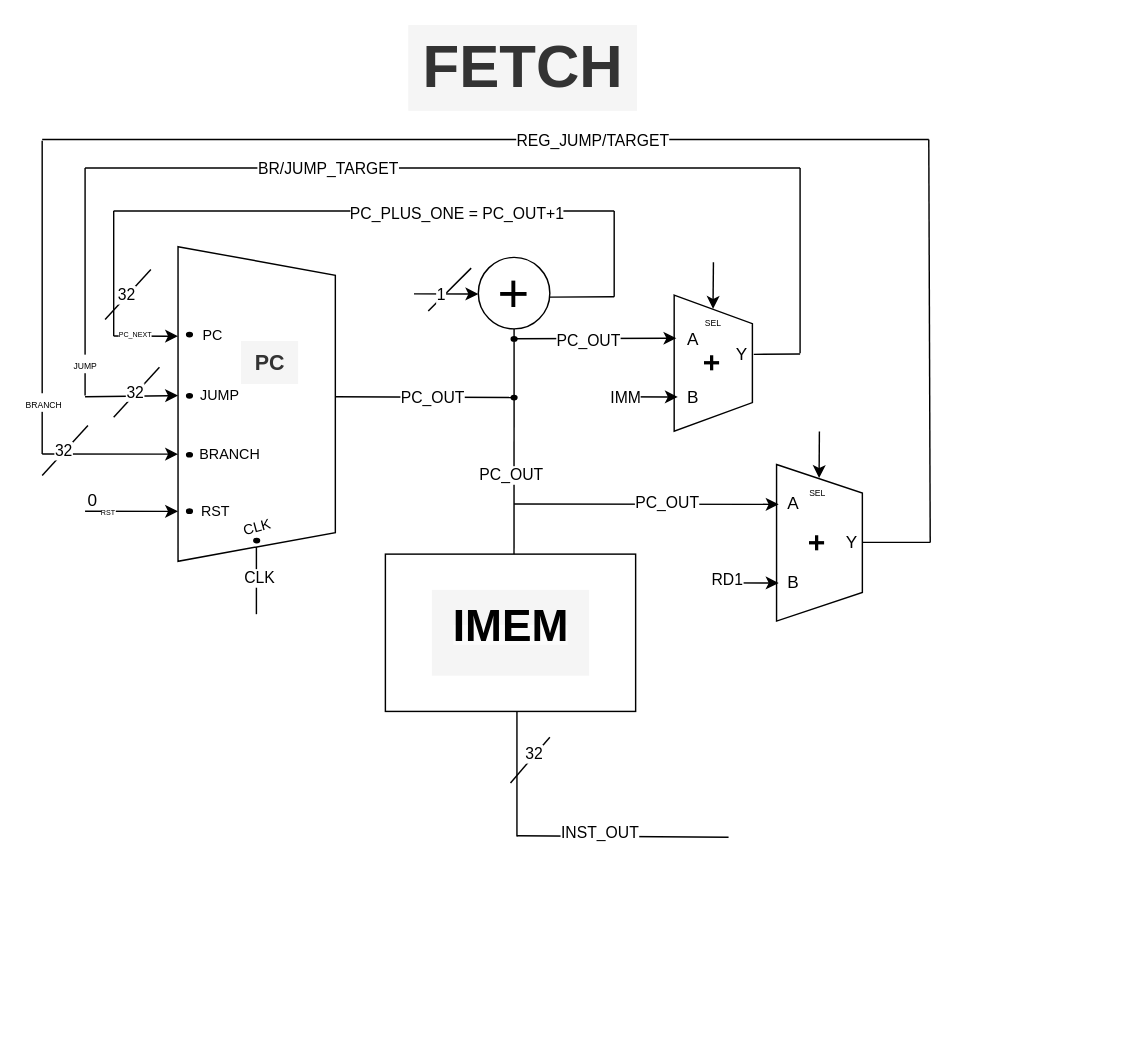
Before: Block_Diagram.drawio in HamraAbrar0/RV32I, a draw.io diagram. Source tidied: cells renumbered, new cells numbered last; positions are measured from the earlier drawing's top-left corner, leaving out a move shared by most shapes. Both pictures are drawn from the tidied source at 143%, with x=0, y=0 at pixel (41, 24).
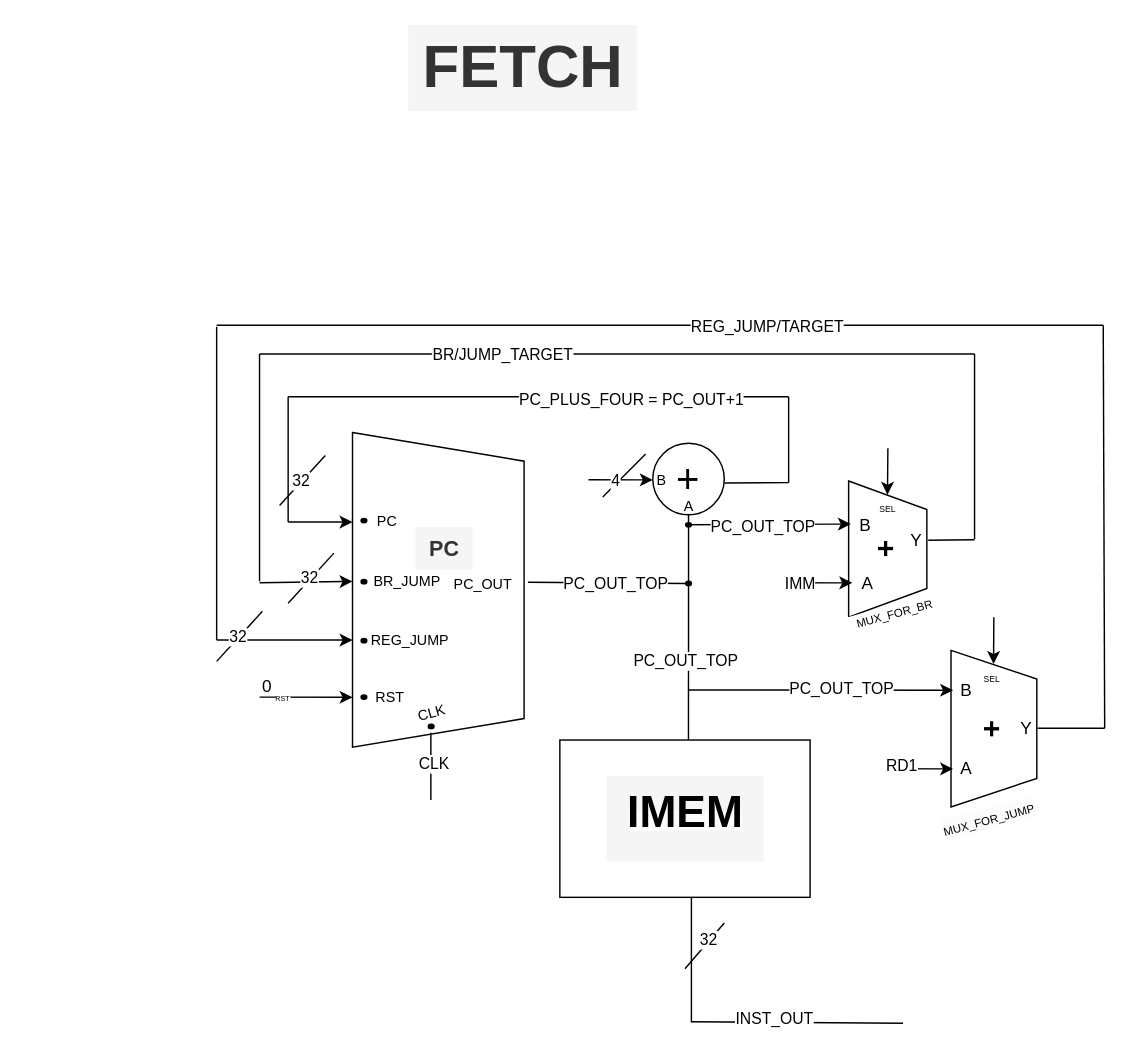
The same page after the edit.

Unchanged cells that the change refers to:
```xml
<mxCell id="14" style="ellipse;whiteSpace=wrap;html=1;fillColor=#000000;" parent="3" vertex="1">
  <mxGeometry x="328" y="179" width="4" height="3" as="geometry" />
</mxCell>
<mxCell id="18" style="endArrow=none;html=1;rounded=0;" parent="3" edge="1">
  <mxGeometry relative="1" as="geometry">
    <mxPoint x="270" y="120" as="sourcePoint" />
    <mxPoint x="300" y="90" as="targetPoint" />
  </mxGeometry>
</mxCell>
<mxCell id="22" style="endArrow=none;html=1;rounded=0;" parent="3" edge="1">
  <mxGeometry relative="1" as="geometry">
    <mxPoint x="50" y="50" as="sourcePoint" />
    <mxPoint x="400" y="50" as="targetPoint" />
  </mxGeometry>
</mxCell>
<mxCell id="25" style="endArrow=classic;html=1;rounded=0;" parent="3" edge="1">
  <mxGeometry relative="1" as="geometry">
    <mxPoint x="50" y="137.5" as="sourcePoint" />
    <mxPoint x="95" y="137.6" as="targetPoint" />
  </mxGeometry>
</mxCell>
<mxCell id="31" style="endArrow=none;html=1;rounded=0;" parent="3" edge="1">
  <mxGeometry relative="1" as="geometry">
    <mxPoint x="30" y="179" as="sourcePoint" />
    <mxPoint x="30" y="20" as="targetPoint" />
  </mxGeometry>
</mxCell>
<mxCell id="37" style="endArrow=classic;html=1;rounded=0;" parent="3" edge="1">
  <mxGeometry relative="1" as="geometry">
    <mxPoint x="329" y="139.4" as="sourcePoint" />
    <mxPoint x="443.5" y="139" as="targetPoint" />
  </mxGeometry>
</mxCell>
<mxCell id="41" style="endArrow=classic;html=1;rounded=0;" parent="3" edge="1">
  <mxGeometry relative="1" as="geometry">
    <mxPoint x="330" y="255" as="sourcePoint" />
    <mxPoint x="515" y="255.2" as="targetPoint" />
  </mxGeometry>
</mxCell>
<mxCell id="49" style="endArrow=none;html=1;rounded=0;" parent="3" edge="1">
  <mxGeometry relative="1" as="geometry">
    <mxPoint y="220" as="sourcePoint" />
    <mxPoint y="1" as="targetPoint" />
  </mxGeometry>
</mxCell>
<mxCell id="51" style="endArrow=none;html=1;rounded=0;exitX=0.514;exitY=0;exitDx=0;exitDy=0;exitPerimeter=0;" parent="3" edge="1" source="6">
  <mxGeometry relative="1" as="geometry">
    <mxPoint x="330" y="182" as="targetPoint" />
  </mxGeometry>
</mxCell>
```

The edit, as a diff of the source:
```diff
@@
     <mxCell id="3" style="group;" parent="1" vertex="1">
-      <mxGeometry y="80" width="621" height="488" as="geometry" />
+      <mxGeometry x="122" y="210" width="621" height="488" as="geometry" />
     </mxCell>
     <mxCell id="4" style="shape=trapezoid;perimeter=trapezoidPerimeter;whiteSpace=wrap;html=1;fixedSize=1;rotation=90;" parent="3" vertex="1">
-      <mxGeometry x="40" y="130" width="220" height="110" as="geometry" />
+      <mxGeometry x="45" y="125" width="220" height="120" as="geometry" />
     </mxCell>
@@
-    <mxCell id="12" style="endArrow=none;html=1;rounded=0;" parent="3" edge="1" target="14">
-      <mxGeometry relative="1" as="geometry">
-        <mxPoint x="205" y="180" as="sourcePoint" />
-      </mxGeometry>
+    <mxCell id="12" style="endArrow=none;html=1;rounded=0;exitX=1.028;exitY=0.474;exitDx=0;exitDy=0;exitPerimeter=0;" parent="3" edge="1" source="88" target="14">
+      <mxGeometry relative="1" as="geometry" />
     </mxCell>
-    <mxCell id="13" value="PC_OUT" style="edgeLabel;html=1;align=center;verticalAlign=middle;" parent="12" vertex="1">
+    <mxCell id="13" value="PC_OUT_TOP" style="edgeLabel;html=1;align=center;verticalAlign=middle;" parent="12" vertex="1">
       <mxGeometry x="0.1" relative="1" as="geometry" />
     </mxCell>
@@
-    <mxCell id="16" value="&lt;font style=&quot;font-size: 38px;&quot;&gt;+&lt;/font&gt;" style="ellipse;whiteSpace=wrap;html=1;" parent="3" vertex="1">
+    <mxCell id="16" value="&lt;font style=&quot;font-size: 28px;&quot;&gt;+&lt;/font&gt;" style="ellipse;whiteSpace=wrap;html=1;" parent="3" vertex="1">
       <mxGeometry x="305" y="82.5" width="50" height="50" as="geometry" />
     </mxCell>
@@
-    <mxCell id="19" value="1" style="edgeLabel;html=1;align=center;verticalAlign=middle;" parent="18" vertex="1">
+    <mxCell id="19" value="4" style="edgeLabel;html=1;align=center;verticalAlign=middle;" parent="18" vertex="1">
       <mxGeometry x="0.43" y="-1" relative="1" as="geometry">
         <mxPoint x="-13" y="9" as="offset" />
       </mxGeometry>
     </mxCell>
@@
-    <mxCell id="23" value="PC_PLUS_ONE = PC_OUT+1" style="edgeLabel;html=1;align=center;verticalAlign=middle;" parent="22" vertex="1">
+    <mxCell id="23" value="PC_PLUS_FOUR = PC_OUT+1" style="edgeLabel;html=1;align=center;verticalAlign=middle;" parent="22" vertex="1">
       <mxGeometry x="0.71" y="-1" relative="1" as="geometry">
         <mxPoint x="-60" as="offset" />
       </mxGeometry>
     </mxCell>
@@
-    <mxCell id="26" value="&lt;font style=&quot;font-size: 5px;&quot;&gt;PC_NEXT&lt;/font&gt;" style="edgeLabel;html=1;align=center;verticalAlign=middle;" parent="25" vertex="1">
-      <mxGeometry x="-0.32" relative="1" as="geometry">
-        <mxPoint y="-3" as="offset" />
-      </mxGeometry>
-    </mxCell>
@@
-    <mxCell id="32" value="&lt;font style=&quot;font-size: 6px;&quot;&gt;JUMP&lt;/font&gt;" style="edgeLabel;html=1;align=center;verticalAlign=middle;" parent="31" vertex="1">
-      <mxGeometry x="-0.71" y="1" relative="1" as="geometry" />
-    </mxCell>
@@
-    <mxCell id="38" value="PC_OUT" style="edgeLabel;html=1;align=center;verticalAlign=middle;" parent="37" vertex="1">
+    <mxCell id="38" value="PC_OUT_TOP" style="edgeLabel;html=1;align=center;verticalAlign=middle;" parent="37" vertex="1">
       <mxGeometry x="0.2" y="-2" relative="1" as="geometry">
         <mxPoint x="-17" y="-1" as="offset" />
       </mxGeometry>
     </mxCell>
@@
-    <mxCell id="42" value="PC_OUT" style="edgeLabel;html=1;align=center;verticalAlign=middle;" parent="41" vertex="1">
+    <mxCell id="42" value="PC_OUT_TOP" style="edgeLabel;html=1;align=center;verticalAlign=middle;" parent="41" vertex="1">
       <mxGeometry x="0.16" y="-3" relative="1" as="geometry">
         <mxPoint y="-5" as="offset" />
       </mxGeometry>
     </mxCell>
@@
-    <mxCell id="50" value="&lt;font style=&quot;font-size: 6px;&quot;&gt;BRANCH&lt;/font&gt;" style="edgeLabel;html=1;align=center;verticalAlign=middle;" parent="49" vertex="1">
-      <mxGeometry x="-0.69" relative="1" as="geometry">
-        <mxPoint y="-3" as="offset" />
-      </mxGeometry>
-    </mxCell>
@@
-    <mxCell id="52" value="PC_OUT" style="edgeLabel;html=1;align=center;verticalAlign=middle;" parent="51" vertex="1">
+    <mxCell id="52" value="PC_OUT_TOP" style="edgeLabel;html=1;align=center;verticalAlign=middle;" parent="51" vertex="1">
       <mxGeometry x="0.01" y="2" relative="1" as="geometry" />
     </mxCell>
@@
-    <mxCell id="65" value="&lt;font style=&quot;font-size: 10px;&quot;&gt;BRANCH&lt;/font&gt;" style="text;html=1;align=center;verticalAlign=middle;strokeColor=none;fillColor=none;" parent="3" vertex="1">
-      <mxGeometry x="96" y="205" width="70" height="30" as="geometry" />
+    <mxCell id="65" value="&lt;font style=&quot;font-size: 10px;&quot;&gt;REG_JUMP&lt;/font&gt;" style="text;html=1;align=center;verticalAlign=middle;strokeColor=none;fillColor=none;" parent="3" vertex="1">
+      <mxGeometry x="95" y="205" width="80" height="30" as="geometry" />
     </mxCell>
-    <mxCell id="66" value="&lt;font style=&quot;font-size: 10px;&quot;&gt;JUMP&lt;/font&gt;" style="text;html=1;align=center;verticalAlign=middle;strokeColor=none;fillColor=none;" parent="3" vertex="1">
-      <mxGeometry x="99" y="164.3" width="50" height="30" as="geometry" />
+    <mxCell id="66" value="&lt;font style=&quot;font-size: 10px;&quot;&gt;BR_JUMP&lt;/font&gt;" style="text;html=1;align=center;verticalAlign=middle;strokeColor=none;fillColor=none;" parent="3" vertex="1">
+      <mxGeometry x="98" y="164.3" width="70" height="30" as="geometry" />
     </mxCell>
@@
     <mxCell id="78" value="A" style="whiteSpace=wrap;html=1;strokeColor=none;" parent="3" vertex="1">
-      <mxGeometry x="450" y="134.5" width="11" height="10" as="geometry" />
+      <mxGeometry x="450" y="175.5" width="11" height="10" as="geometry" />
     </mxCell>
-    <mxCell id="79" value="B" style="whiteSpace=wrap;html=1;strokeColor=none;" parent="3" vertex="1">
-      <mxGeometry x="450" y="175.5" width="11" height="10" as="geometry" />
+    <mxCell id="79" value="B&amp;nbsp;" style="whiteSpace=wrap;html=1;strokeColor=none;" parent="3" vertex="1">
+      <mxGeometry x="450" y="134.5" width="11" height="10" as="geometry" />
     </mxCell>
     <mxCell id="80" value="A" style="whiteSpace=wrap;html=1;strokeColor=none;" parent="3" vertex="1">
-      <mxGeometry x="520" y="250.3" width="11" height="10" as="geometry" />
+      <mxGeometry x="519" y="305" width="11" height="10" as="geometry" />
     </mxCell>
     <mxCell id="81" value="B" style="whiteSpace=wrap;html=1;strokeColor=none;" parent="3" vertex="1">
-      <mxGeometry x="520" y="305" width="11" height="10" as="geometry" />
+      <mxGeometry x="519" y="250.5" width="11" height="10" as="geometry" />
     </mxCell>
@@
+    <mxCell id="88" value="&lt;font style=&quot;font-size: 10px;&quot;&gt;PC_OUT&lt;/font&gt;" style="text;html=1;align=center;verticalAlign=middle;points=[];strokeColor=none;fillColor=none;" parent="3" vertex="1">
+      <mxGeometry x="156" y="165.5" width="60" height="30" as="geometry" />
+    </mxCell>
+    <mxCell id="89" value="&lt;font style=&quot;font-size: 10px;&quot;&gt;A&lt;/font&gt;" style="text;html=1;align=center;verticalAlign=middle;strokeColor=none;fillColor=none;" parent="3" vertex="1">
+      <mxGeometry x="315" y="111" width="30" height="30" as="geometry" />
+    </mxCell>
+    <mxCell id="90" value="&lt;font style=&quot;font-size: 10px;&quot;&gt;B&lt;/font&gt;" style="text;html=1;align=center;verticalAlign=middle;strokeColor=none;fillColor=none;" parent="3" vertex="1">
+      <mxGeometry x="295.5" y="92.5" width="30" height="30" as="geometry" />
+    </mxCell>
+    <mxCell id="91" value="&lt;font style=&quot;font-size: 8px;&quot;&gt;MUX_FOR_BR&lt;/font&gt;" style="whiteSpace=wrap;html=1;strokeColor=none;rotation=-15;" parent="3" vertex="1">
+      <mxGeometry x="410.9" y="195.5" width="126.2" height="10" as="geometry" />
+    </mxCell>
+    <mxCell id="92" value="&lt;span style=&quot;color: rgb(0, 0, 0); font-family: Helvetica; font-style: normal; font-variant-ligatures: normal; font-variant-caps: normal; font-weight: 400; letter-spacing: normal; orphans: 2; text-align: center; text-indent: 0px; text-transform: none; widows: 2; word-spacing: 0px; -webkit-text-stroke-width: 0px; white-space: normal; background-color: rgb(251, 251, 251); text-decoration-thickness: initial; text-decoration-style: initial; text-decoration-color: initial; float: none; display: inline !important;&quot;&gt;&lt;font style=&quot;font-size: 8px;&quot;&gt;MUX_FOR_JUMP&lt;/font&gt;&lt;/span&gt;" style="text;whiteSpace=wrap;html=1;rotation=-15;" parent="3" vertex="1">
+      <mxGeometry x="506.5" y="325" width="120" height="40" as="geometry" />
+    </mxCell>
```
